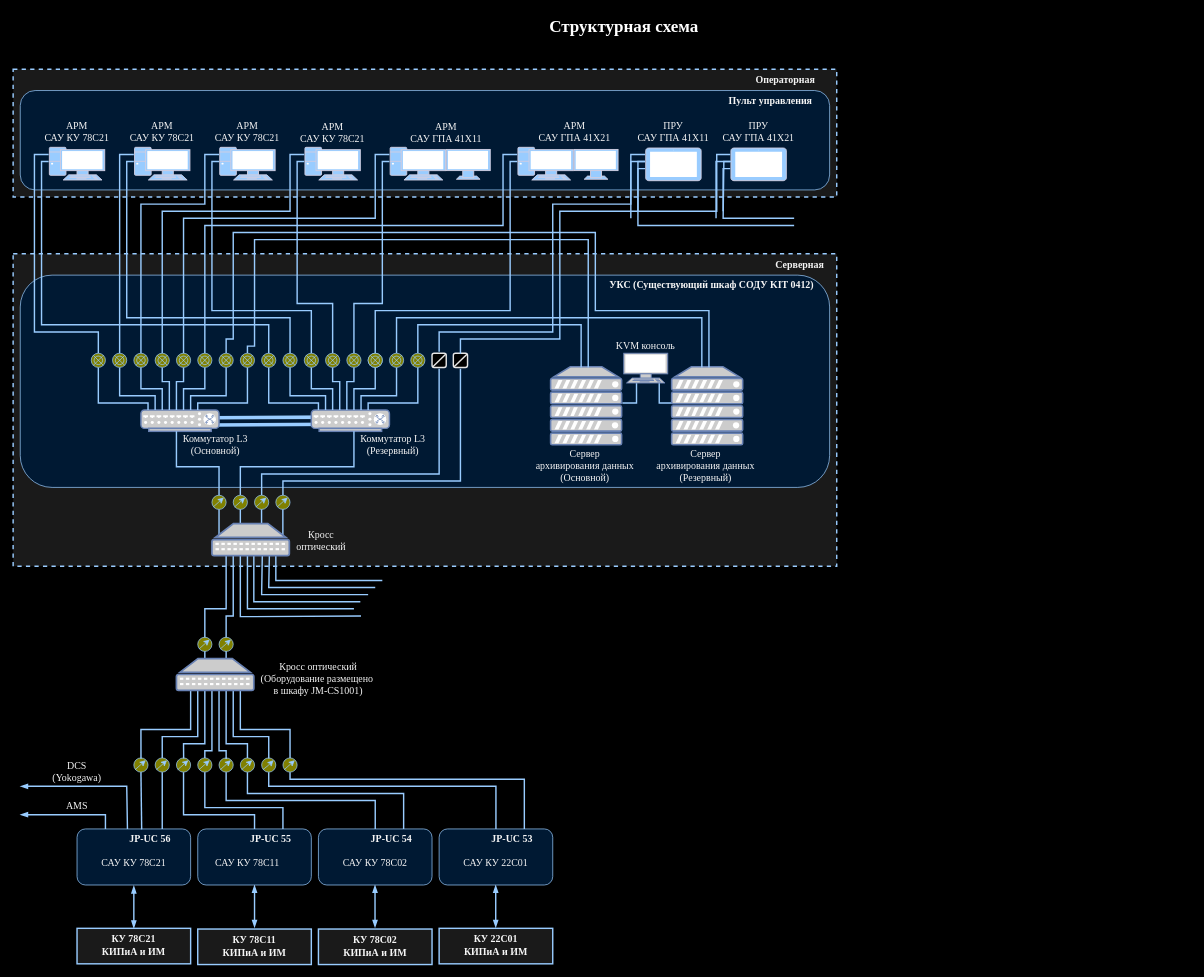
Above: Диаграмма без названия.drawio in Tretyak0ff/schemes (draw.io), before the change. Source tidied: cells renumbered, new cells numbered last; positions are measured from the earlier drawing's top-left corner, leaving out a move shared by most shapes. Both pictures are drawn from the tidied source at 71%, with x=0, y=0 at pixel (13, 12).
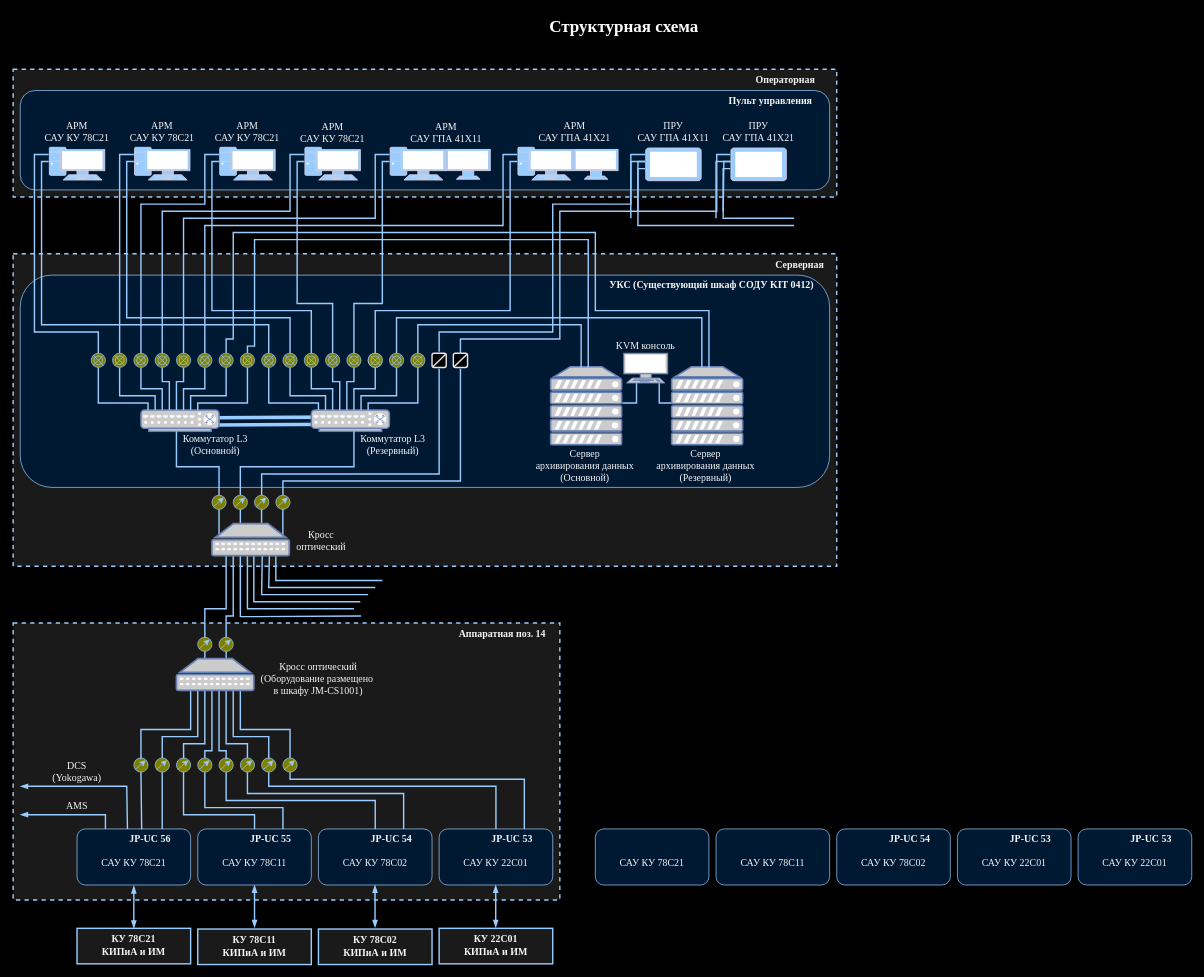
The same diagram, later.

What changed in the source:
```diff
@@
+    <mxCell id="252" parent="0" />
+    <mxCell id="253" value="&lt;font face=&quot;Times New Roman&quot; color=&quot;#f5f5f5&quot;&gt;Аппаратная поз. 14&lt;span style=&quot;white-space: pre;&quot;&gt;&#9;&lt;/span&gt;&lt;/font&gt;" style="rounded=0;whiteSpace=wrap;html=1;strokeColor=#99CCFF;fontColor=#99CCFF;fillColor=#1A1A1A;dashed=1;strokeWidth=2;verticalAlign=top;fontSize=14;fontStyle=1;align=right;" parent="252" vertex="1">
+      <mxGeometry y="860" width="770" height="390" as="geometry" />
+    </mxCell>
@@
     <mxCell id="168" style="group;" parent="164" vertex="1">
-      <mxGeometry x="250" y="1150" width="160" height="79" as="geometry" />
+      <mxGeometry x="250" y="1150" width="170" height="79" as="geometry" />
     </mxCell>
@@
     <mxCell id="170" value="&lt;span style=&quot;text-wrap: nowrap;&quot;&gt;САУ КУ 78С1&lt;/span&gt;&lt;span style=&quot;text-wrap: nowrap; background-color: initial;&quot;&gt;1&lt;/span&gt;" style="text;whiteSpace=wrap;html=1;align=center;labelBackgroundColor=none;fontColor=#f5f5f5;verticalAlign=middle;fontSize=14;fontFamily=Times New Roman;" parent="168" vertex="1">
-      <mxGeometry y="19" width="160" height="60" as="geometry" />
+      <mxGeometry x="10" y="19" width="160" height="60" as="geometry" />
     </mxCell>
@@
+    <mxCell id="254" parent="0" />
+    <mxCell id="255" style="group;" parent="254" vertex="1">
+      <mxGeometry x="820" y="1150" width="160" height="79" as="geometry" />
+    </mxCell>
+    <mxCell id="256" style="rounded=1;whiteSpace=wrap;html=1;fillColor=#001933;strokeColor=#99CCFF;align=right;verticalAlign=top;fontColor=#F5F5F5;labelBorderColor=none;strokeWidth=1;fontSize=14;fontFamily=Times New Roman;fontStyle=1;" parent="255" vertex="1">
+      <mxGeometry width="160" height="79" as="geometry" />
+    </mxCell>
+    <mxCell id="257" value="&lt;span style=&quot;text-wrap: nowrap;&quot;&gt;САУ КУ 78С21&lt;/span&gt;" style="text;whiteSpace=wrap;html=1;align=center;labelBackgroundColor=none;fontColor=#f5f5f5;verticalAlign=middle;fontSize=14;fontFamily=Times New Roman;" parent="255" vertex="1">
+      <mxGeometry y="19" width="160" height="60" as="geometry" />
+    </mxCell>
+    <mxCell id="258" style="group;" parent="254" vertex="1">
+      <mxGeometry x="980" y="1150" width="160" height="79" as="geometry" />
+    </mxCell>
+    <mxCell id="259" style="rounded=1;whiteSpace=wrap;html=1;fillColor=#001933;strokeColor=#99CCFF;align=right;verticalAlign=top;fontColor=#F5F5F5;labelBorderColor=none;strokeWidth=1;fontSize=14;fontFamily=Times New Roman;fontStyle=1;" parent="258" vertex="1">
+      <mxGeometry x="10" width="160" height="79" as="geometry" />
+    </mxCell>
+    <mxCell id="260" value="&lt;span style=&quot;text-wrap: nowrap;&quot;&gt;САУ КУ 78С1&lt;/span&gt;&lt;span style=&quot;text-wrap: nowrap; background-color: initial;&quot;&gt;1&lt;/span&gt;" style="text;whiteSpace=wrap;html=1;align=center;labelBackgroundColor=none;fontColor=#f5f5f5;verticalAlign=middle;fontSize=14;fontFamily=Times New Roman;" parent="258" vertex="1">
+      <mxGeometry x="10" y="19" width="160" height="60" as="geometry" />
+    </mxCell>
+    <mxCell id="261" style="group;" parent="254" vertex="1">
+      <mxGeometry x="1160" y="1150" width="160" height="79" as="geometry" />
+    </mxCell>
+    <mxCell id="262" style="group;" parent="261" vertex="1">
+      <mxGeometry width="160" height="79" as="geometry" />
+    </mxCell>
+    <mxCell id="263" value="JP-UC 54&lt;span style=&quot;white-space: pre;&quot;&gt;&#9;&lt;/span&gt;" style="rounded=1;whiteSpace=wrap;html=1;fillColor=#001933;strokeColor=#99CCFF;align=right;verticalAlign=top;fontColor=#F5F5F5;labelBorderColor=none;strokeWidth=1;fontSize=14;fontFamily=Times New Roman;fontStyle=1;" parent="262" vertex="1">
+      <mxGeometry width="160" height="79" as="geometry" />
+    </mxCell>
+    <mxCell id="264" value="&lt;span style=&quot;text-wrap: nowrap;&quot;&gt;САУ КУ 78С02&lt;/span&gt;" style="text;whiteSpace=wrap;html=1;align=center;labelBackgroundColor=none;fontColor=#f5f5f5;verticalAlign=middle;fontSize=14;fontFamily=Times New Roman;" parent="262" vertex="1">
+      <mxGeometry y="19" width="160" height="60" as="geometry" />
+    </mxCell>
+    <mxCell id="265" style="group;" parent="254" vertex="1">
+      <mxGeometry x="1330" y="1150" width="160" height="79" as="geometry" />
+    </mxCell>
+    <mxCell id="266" value="JP-UC 53&lt;span style=&quot;white-space: pre;&quot;&gt;&#9;&lt;/span&gt;" style="rounded=1;whiteSpace=wrap;html=1;fillColor=#001933;strokeColor=#99CCFF;align=right;verticalAlign=top;fontColor=#F5F5F5;labelBorderColor=none;strokeWidth=1;fontSize=14;fontFamily=Times New Roman;fontStyle=1;" parent="265" vertex="1">
+      <mxGeometry width="160" height="79" as="geometry" />
+    </mxCell>
+    <mxCell id="267" value="&lt;span style=&quot;text-wrap: nowrap;&quot;&gt;САУ КУ 22С01&lt;/span&gt;" style="text;whiteSpace=wrap;html=1;align=center;labelBackgroundColor=none;fontColor=#f5f5f5;verticalAlign=middle;fontSize=14;fontFamily=Times New Roman;" parent="265" vertex="1">
+      <mxGeometry y="19" width="160" height="60" as="geometry" />
+    </mxCell>
+    <mxCell id="268" style="group;" parent="254" vertex="1">
+      <mxGeometry x="1500" y="1150" width="160" height="79" as="geometry" />
+    </mxCell>
+    <mxCell id="269" value="JP-UC 53&lt;span style=&quot;white-space: pre;&quot;&gt;&#9;&lt;/span&gt;" style="rounded=1;whiteSpace=wrap;html=1;fillColor=#001933;strokeColor=#99CCFF;align=right;verticalAlign=top;fontColor=#F5F5F5;labelBorderColor=none;strokeWidth=1;fontSize=14;fontFamily=Times New Roman;fontStyle=1;" parent="268" vertex="1">
+      <mxGeometry width="160" height="79" as="geometry" />
+    </mxCell>
+    <mxCell id="270" value="&lt;span style=&quot;text-wrap: nowrap;&quot;&gt;САУ КУ 22С01&lt;/span&gt;" style="text;whiteSpace=wrap;html=1;align=center;labelBackgroundColor=none;fontColor=#f5f5f5;verticalAlign=middle;fontSize=14;fontFamily=Times New Roman;" parent="268" vertex="1">
+      <mxGeometry y="19" width="160" height="60" as="geometry" />
+    </mxCell>
```
